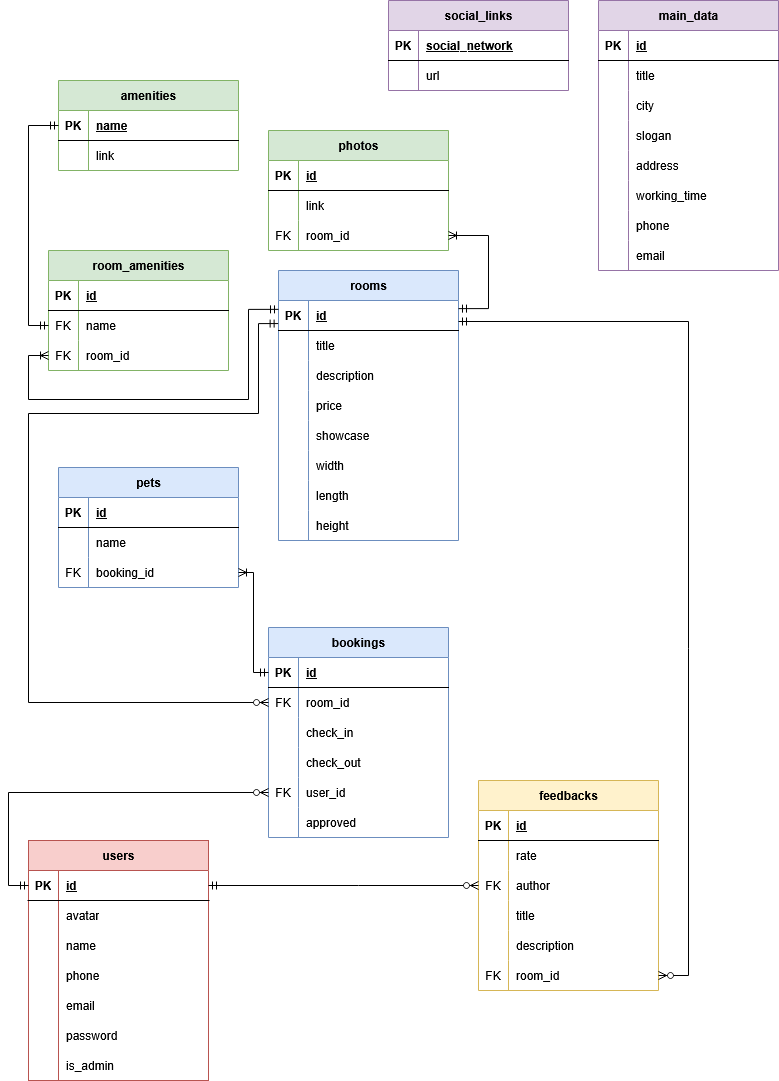
Above: БД котейка.drawio.png in rexxless/koteika (draw.io), before the change. Source tidied: cells renumbered, new cells last; positions are measured from the earlier drawing's top-left corner, leaving out a move shared by most shapes.
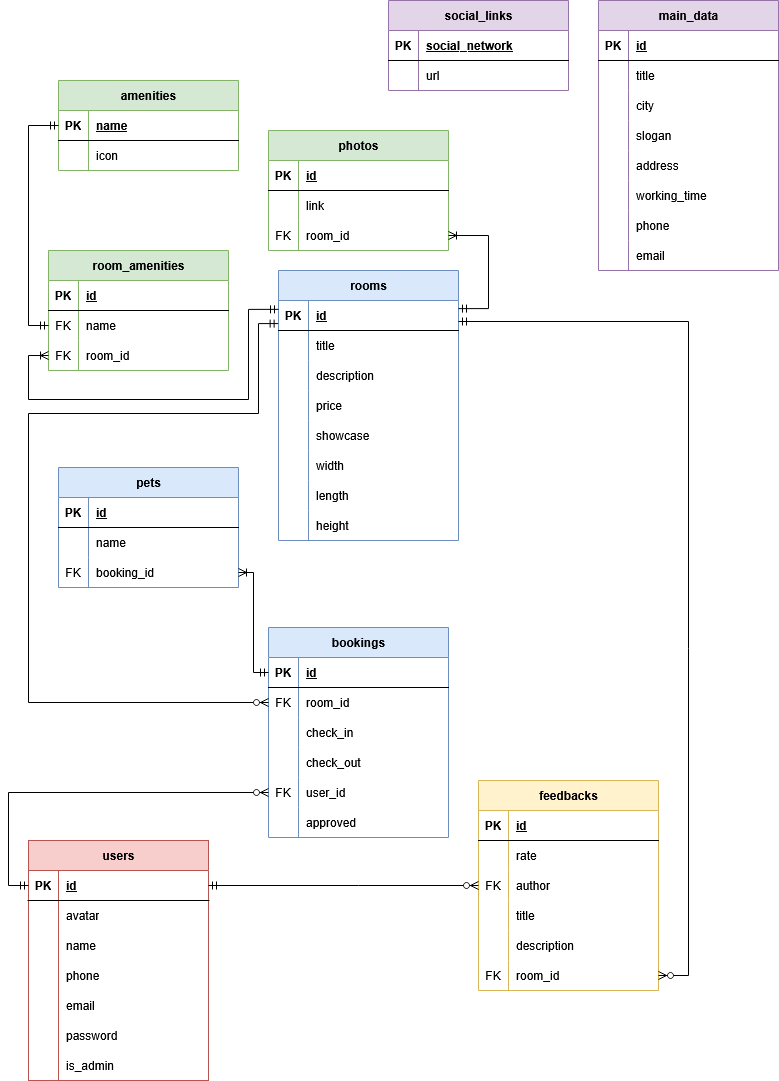
Later version of the same file.

Change to the diagram source:
```diff
@@ -521,7 +521,7 @@
     <mxCell id="161" style="shape=partialRectangle;fillColor=none;top=0;left=0;bottom=0;right=0;overflow=hidden;whiteSpace=wrap;html=1;" parent="160" vertex="1">
       <mxGeometry width="30" height="30" as="geometry" />
     </mxCell>
-    <mxCell id="162" value="link" style="shape=partialRectangle;fillColor=none;top=0;left=0;bottom=0;right=0;align=left;spacingLeft=6;overflow=hidden;whiteSpace=wrap;html=1;" parent="160" vertex="1">
+    <mxCell id="162" value="icon" style="shape=partialRectangle;fillColor=none;top=0;left=0;bottom=0;right=0;align=left;spacingLeft=6;overflow=hidden;whiteSpace=wrap;html=1;" parent="160" vertex="1">
       <mxGeometry x="30" width="150" height="30" as="geometry" />
     </mxCell>
     <mxCell id="163" style="edgeStyle=orthogonalEdgeStyle;fontSize=12;html=1;endArrow=ERmandOne;startArrow=ERmandOne;rounded=0;entryX=0;entryY=0.5;entryDx=0;entryDy=0;exitX=0;exitY=0.5;exitDx=0;exitDy=0;" parent="1" edge="1" source="88" target="157">
```
